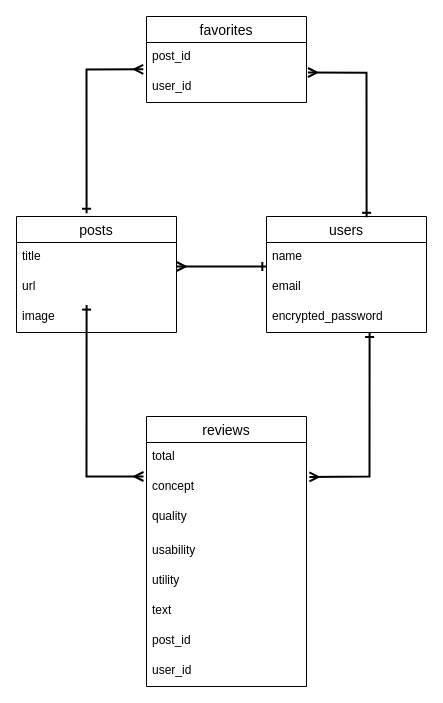
molitomoki/kakko keeps this draw.io diagram as kakko.dio. Above is the earlier version. Source tidied: cells renumbered, new cells numbered last; positions are measured from the earlier drawing's top-left corner, leaving out a move shared by most shapes. Both pictures are drawn from the tidied source at 100%, with x=0, y=0 at pixel (16, 16).
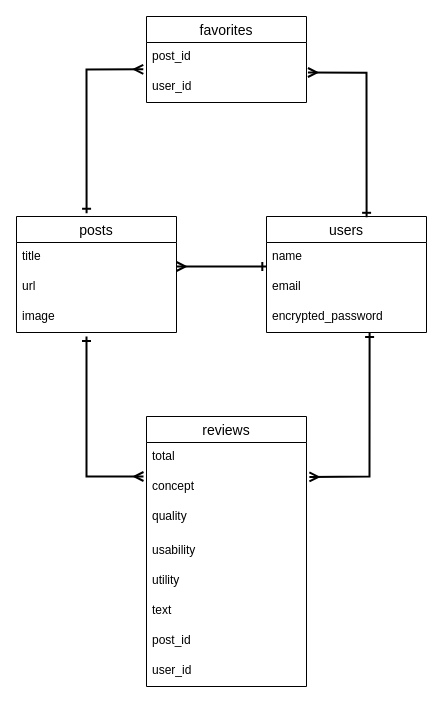
Above is the later version.

What changed in the source:
```diff
@@
-    <mxCell id="25" style="endArrow=ERone;html=1;rounded=0;entryX=0.438;entryY=-0.028;entryDx=0;entryDy=0;entryPerimeter=0;endFill=0;startArrow=ERmany;startFill=0;strokeWidth=2;" parent="1" edge="1">
+    <mxCell id="25" style="endArrow=ERone;html=1;rounded=0;endFill=0;startArrow=ERmany;startFill=0;strokeWidth=2;" parent="1" edge="1">
       <mxGeometry relative="1" as="geometry">
         <mxPoint x="127" y="460" as="sourcePoint" />
-        <mxPoint x="70.1" y="288.6" as="targetPoint" />
+        <mxPoint x="70" y="320" as="targetPoint" />
         <Array as="points">
           <mxPoint x="70" y="460" />
         </Array>
       </mxGeometry>
     </mxCell>
```
